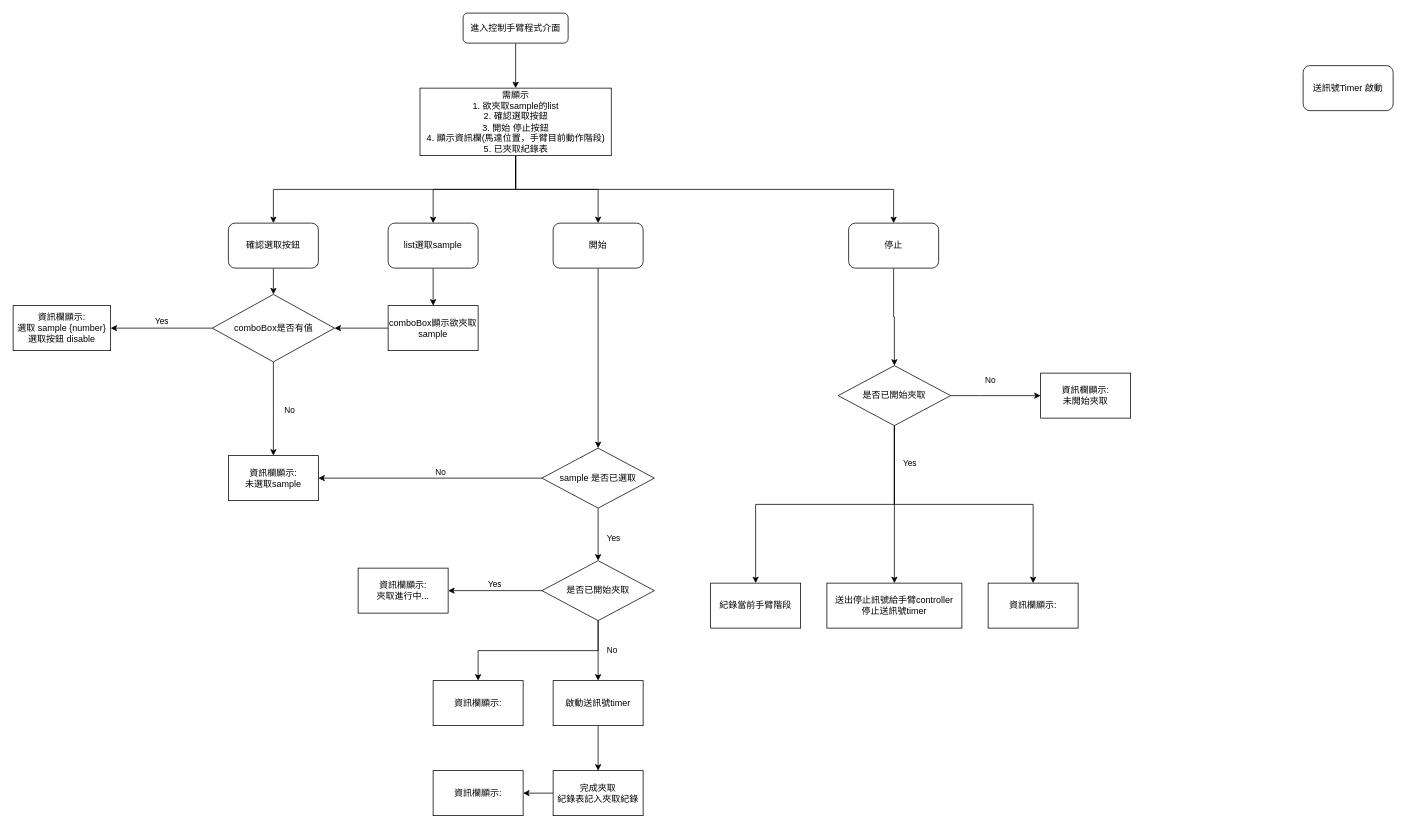
FrankHsu327/Plugin_HIWIN-robot keeps this draw.io diagram as TPS Robot arm.drawio. Above is the earlier version. Source tidied: cells renumbered, new cells numbered last; positions are measured from the earlier drawing's top-left corner, leaving out a move shared by most shapes. Both pictures are drawn from the tidied source at 75%, with x=0, y=0 at pixel (13, 13).
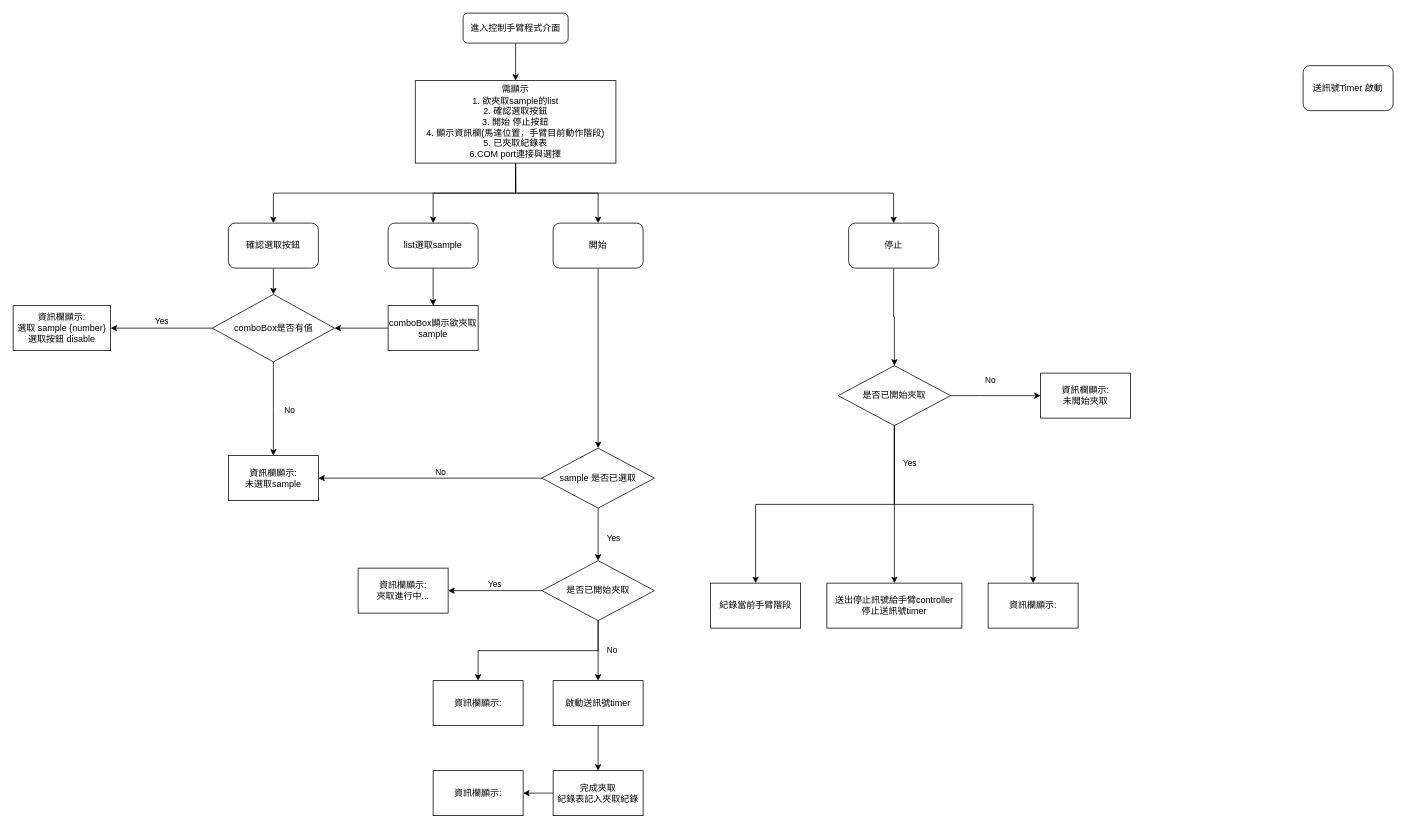
After the change.

Diff of the diagram source:
```diff
@@
-    <mxCell id="8" value="需顯示&lt;br&gt;1. 欲夾取sample的list&lt;br&gt;2. 確認選取按鈕&lt;br&gt;3. 開始 停止按鈕&lt;br&gt;4. 顯示資訊欄(馬達位置，手臂目前動作階段)&lt;br&gt;5. 已夾取紀錄表" style="rounded=0;whiteSpace=wrap;html=1;" parent="1" vertex="1">
-      <mxGeometry x="542.5" y="100" width="255" height="90" as="geometry" />
+    <mxCell id="8" value="需顯示&lt;br&gt;1. 欲夾取sample的list&lt;br&gt;2. 確認選取按鈕&lt;br&gt;3. 開始 停止按鈕&lt;br&gt;4. 顯示資訊欄(馬達位置，手臂目前動作階段)&lt;br&gt;5. 已夾取紀錄表&lt;br&gt;6.COM port連接與選擇" style="rounded=0;whiteSpace=wrap;html=1;" parent="1" vertex="1">
+      <mxGeometry x="536.2" y="90" width="267.5" height="110" as="geometry" />
     </mxCell>
```
